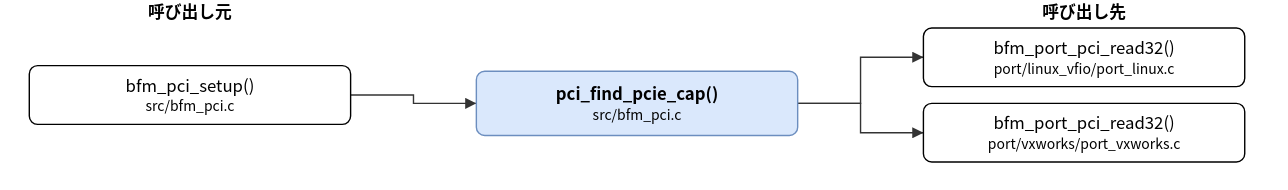
Above: doc/spec/images/call_src_bfm_pci-pci_find_pcie_cap.drawio.svg in hf355051012-ai/bfmem (draw.io), before the change. Source tidied: cells renumbered, new cells last; positions are measured from the earlier drawing's top-left corner, leaving out a move shared by most shapes.
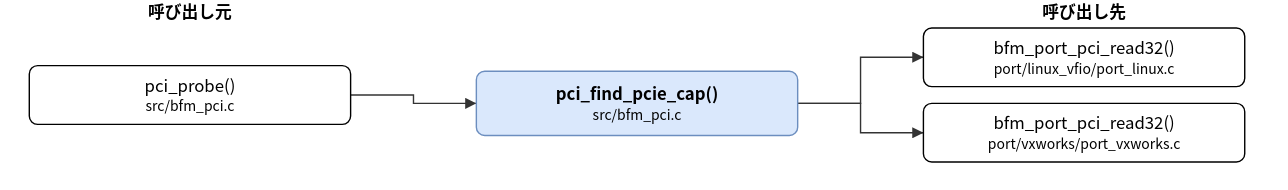
The same file after the commit.

Diff of the diagram source:
```diff
@@ -5,7 +5,7 @@
     <mxCell id="2" value="pci_find_pcie_cap()&lt;br&gt;&lt;font style=&quot;font-size:10px&quot;&gt;src/bfm_pci.c&lt;/font&gt;" style="rounded=1;whiteSpace=wrap;html=1;fillColor=#dae8fc;strokeColor=#6c8ebf;fontStyle=1;" parent="1" vertex="1">
       <mxGeometry x="320" y="51" width="230" height="46" as="geometry" />
     </mxCell>
-    <mxCell id="3" value="bfm_pci_setup()&lt;br&gt;&lt;font style=&quot;font-size:10px&quot;&gt;src/bfm_pci.c&lt;/font&gt;" style="rounded=1;whiteSpace=wrap;html=1;" parent="1" vertex="1">
+    <mxCell id="3" value="pci_probe()&lt;br&gt;&lt;font style=&quot;font-size:10px&quot;&gt;src/bfm_pci.c&lt;/font&gt;" style="rounded=1;whiteSpace=wrap;html=1;" parent="1" vertex="1">
       <mxGeometry y="47" width="230" height="42" as="geometry" />
     </mxCell>
     <mxCell id="4" value="bfm_port_pci_read32()&lt;br&gt;&lt;font style=&quot;font-size:10px&quot;&gt;port/linux_vfio/port_linux.c&lt;/font&gt;" style="rounded=1;whiteSpace=wrap;html=1;" parent="1" vertex="1">
```
